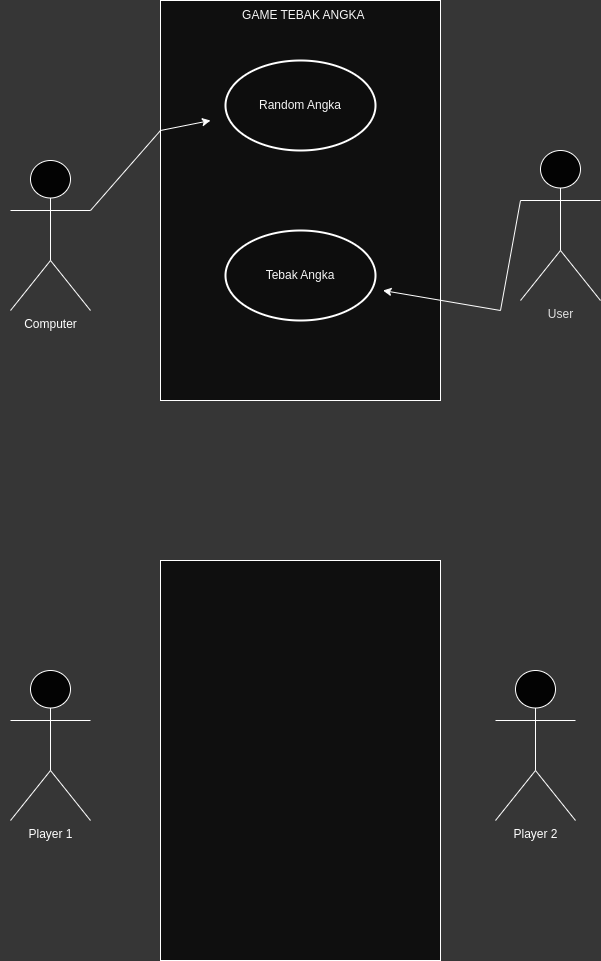
Earlier version of the draw.io export use-case.drawio.png (Rayival/Jobsheet1). Source tidied: cells renumbered, new cells last; positions are measured from the earlier drawing's top-left corner, leaving out a move shared by most shapes.
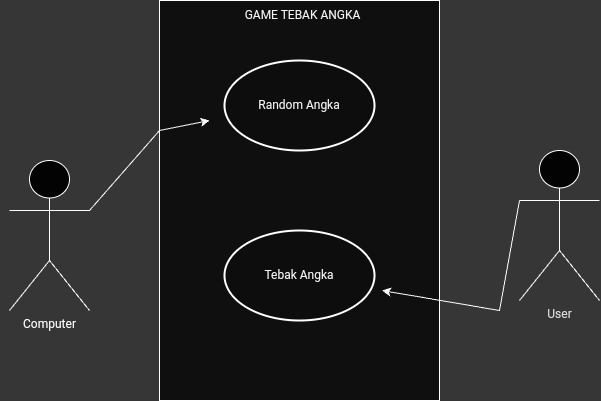
Later version of the same file.

Diff of the diagram source:
```diff
@@ -44,14 +44,5 @@
         </Array>
       </mxGeometry>
     </mxCell>
-    <mxCell id="13" style="rounded=0;whiteSpace=wrap;html=1;strokeColor=#FFFFFF;fillColor=#0F0F0F;" parent="1" vertex="1">
-      <mxGeometry x="160" y="560" width="280" height="400" as="geometry" />
-    </mxCell>
-    <mxCell id="14" value="&lt;font&gt;Player 1&lt;br&gt;&lt;/font&gt;" style="shape=umlActor;verticalLabelPosition=bottom;verticalAlign=top;html=1;fillColor=#030303;strokeColor=#FFFFFF;fontColor=#FFFFFF;labelBackgroundColor=none;" parent="1" vertex="1">
-      <mxGeometry x="10" y="670" width="80" height="150" as="geometry" />
-    </mxCell>
-    <mxCell id="15" value="&lt;font color=&quot;#ffffff&quot;&gt;Player 2&lt;br&gt;&lt;/font&gt;" style="shape=umlActor;verticalLabelPosition=bottom;verticalAlign=top;html=1;fillColor=#030303;strokeColor=#FFFFFF;" parent="1" vertex="1">
-      <mxGeometry x="495" y="670" width="80" height="150" as="geometry" />
-    </mxCell>
   </root>
 </mxGraphModel>
```
